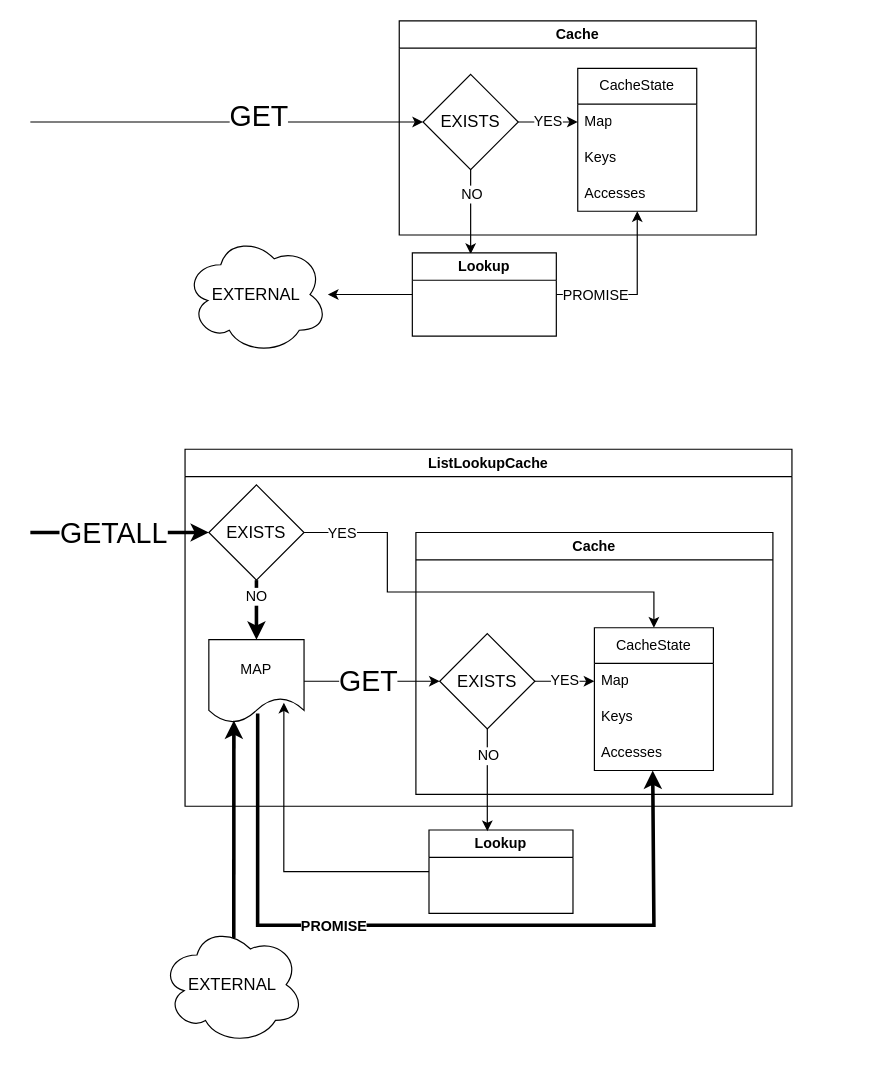
This is assets/images/2023/12/ziocache.drawio from stevenrskelton/stevenrskelton.github.io, a draw.io file, before an edit. Source tidied: cells renumbered, new cells numbered last; positions are measured from the earlier drawing's top-left corner, leaving out a move shared by most shapes. Both pictures are drawn from the tidied source at 119%, with x=0, y=0 at pixel (30, 20).
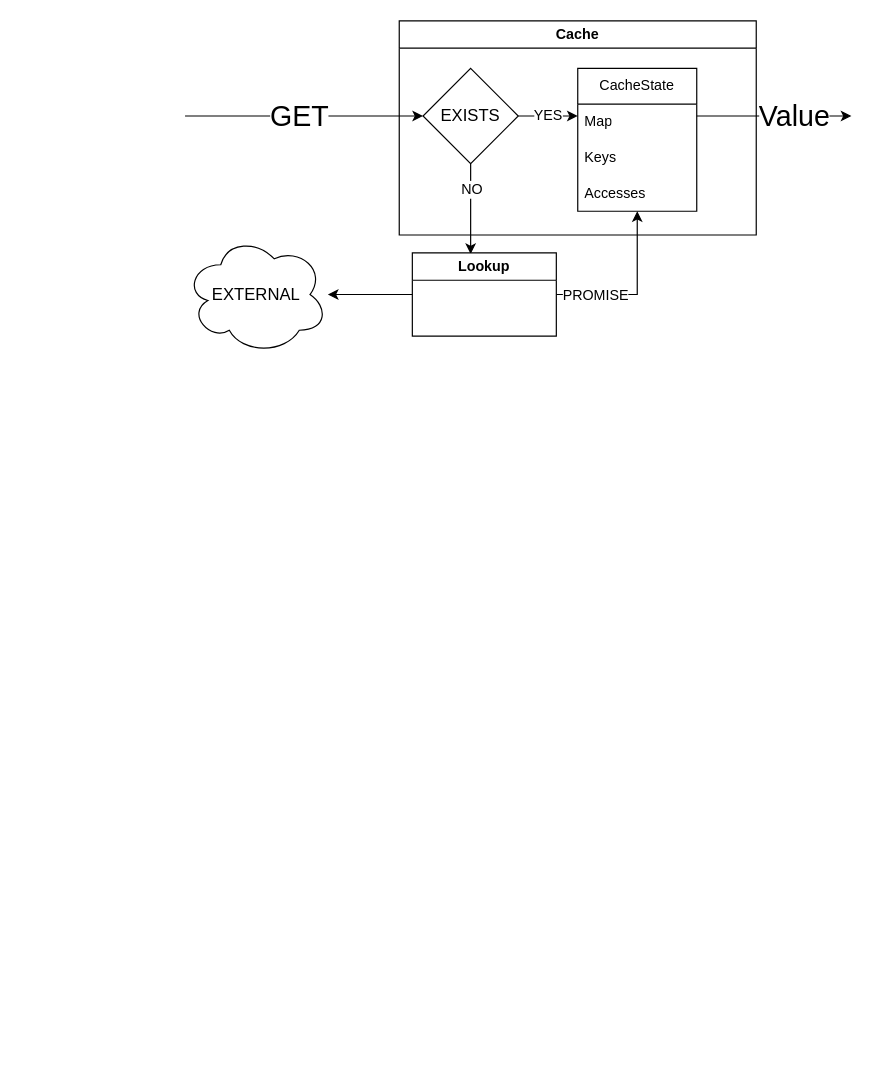
The same page after the edit.

Unchanged cells that the change refers to:
```xml
<mxCell id="5" value="Cache" style="swimlane;whiteSpace=wrap;html=1;" parent="1" vertex="1">
  <mxGeometry x="310" width="300" height="180" as="geometry" />
</mxCell>
<mxCell id="7" value="Map" style="text;strokeColor=none;fillColor=none;align=left;verticalAlign=middle;spacingLeft=4;spacingRight=4;overflow=hidden;points=[[0,0.5],[1,0.5]];portConstraint=eastwest;whiteSpace=wrap;html=1;" parent="6" vertex="1">
  <mxGeometry y="30" width="100" height="30" as="geometry" />
</mxCell>
```

What changed in the source:
```diff
@@
-    <mxCell id="10" value="YES" style="edgeStyle=orthogonalEdgeStyle;rounded=0;jettySize=auto;html=1;entryX=0;entryY=0.5;entryDx=0;entryDy=0;fontSize=12;" parent="5" edge="1" source="11" target="7">
-      <mxGeometry relative="1" as="geometry" />
+    <mxCell id="10" value="YES" style="edgeStyle=orthogonalEdgeStyle;rounded=0;jettySize=auto;html=1;fontSize=12;" parent="5" edge="1" source="11">
+      <mxGeometry relative="1" as="geometry">
+        <mxPoint x="150" y="80" as="targetPoint" />
+      </mxGeometry>
     </mxCell>
     <mxCell id="11" value="EXISTS" style="rhombus;whiteSpace=wrap;html=1;fontSize=14;" parent="5" vertex="1">
-      <mxGeometry x="20" y="45" width="80" height="80" as="geometry" />
+      <mxGeometry x="20" y="40" width="80" height="80" as="geometry" />
     </mxCell>
@@
     <mxCell id="14" style="edgeStyle=orthogonalEdgeStyle;rounded=0;jettySize=auto;html=1;entryX=0;entryY=0.5;entryDx=0;entryDy=0;" parent="1" edge="1" target="11">
       <mxGeometry relative="1" as="geometry">
-        <mxPoint y="85" as="sourcePoint" />
+        <mxPoint x="130" y="80" as="sourcePoint" />
         <Array as="points">
-          <mxPoint x="190" y="85" />
+          <mxPoint x="160" y="80" />
+          <mxPoint x="160" y="80" />
         </Array>
       </mxGeometry>
     </mxCell>
     <mxCell id="15" value="GET" style="edgeLabel;html=1;align=center;verticalAlign=middle;fontSize=24;" parent="14" vertex="1">
       <mxGeometry x="0.47" relative="1" as="geometry">
-        <mxPoint x="-52" y="-5" as="offset" />
+        <mxPoint x="-52" as="offset" />
       </mxGeometry>
     </mxCell>
@@
-    <mxCell id="18" value="ListLookupCache" style="swimlane;whiteSpace=wrap;html=1;" parent="1" vertex="1">
-      <mxGeometry x="130" y="360" width="510" height="300" as="geometry" />
-    </mxCell>
-    <mxCell id="19" style="edgeStyle=orthogonalEdgeStyle;rounded=0;jettySize=auto;html=1;entryX=0;entryY=0.5;entryDx=0;entryDy=0;strokeWidth=3;" parent="18" edge="1" target="26">
-      <mxGeometry relative="1" as="geometry">
-        <mxPoint x="-130" y="70" as="sourcePoint" />
-        <Array as="points">
-          <mxPoint x="-130" y="70" />
-        </Array>
-      </mxGeometry>
-    </mxCell>
-    <mxCell id="20" value="GETALL" style="edgeLabel;html=1;align=center;verticalAlign=middle;fontSize=24;" parent="19" vertex="1">
-      <mxGeometry x="0.47" relative="1" as="geometry">
-        <mxPoint x="-40" as="offset" />
-      </mxGeometry>
-    </mxCell>
-    <mxCell id="21" style="edgeStyle=orthogonalEdgeStyle;rounded=0;jettySize=auto;html=1;entryX=0;entryY=0.5;entryDx=0;entryDy=0;exitX=1;exitY=0.5;exitDx=0;exitDy=0;" parent="18" edge="1" source="27" target="34">
-      <mxGeometry relative="1" as="geometry" />
-    </mxCell>
-    <mxCell id="22" value="GET" style="edgeLabel;html=1;align=center;verticalAlign=middle;fontSize=24;" parent="21" vertex="1">
-      <mxGeometry x="0.47" relative="1" as="geometry">
-        <mxPoint x="-31" as="offset" />
-      </mxGeometry>
-    </mxCell>
-    <mxCell id="23" value="NO" style="edgeStyle=orthogonalEdgeStyle;rounded=0;jettySize=auto;html=1;exitX=0.5;exitY=1;exitDx=0;exitDy=0;entryX=0.5;entryY=0;entryDx=0;entryDy=0;strokeWidth=3;fontSize=12;" parent="18" edge="1" source="26" target="27">
-      <mxGeometry x="-0.43" relative="1" as="geometry" />
-    </mxCell>
-    <mxCell id="24" style="edgeStyle=orthogonalEdgeStyle;rounded=0;jettySize=auto;html=1;exitX=1;exitY=0.5;exitDx=0;exitDy=0;entryX=0.5;entryY=0;entryDx=0;entryDy=0;" parent="18" edge="1" source="26" target="29">
-      <mxGeometry relative="1" as="geometry">
-        <Array as="points">
-          <mxPoint x="170" y="70" />
-          <mxPoint x="170" y="120" />
-          <mxPoint x="394" y="120" />
-        </Array>
-      </mxGeometry>
-    </mxCell>
-    <mxCell id="25" value="YES" style="edgeLabel;html=1;align=center;verticalAlign=middle;fontSize=12;" parent="24" vertex="1">
-      <mxGeometry x="-0.75" relative="1" as="geometry">
-        <mxPoint x="-16" as="offset" />
-      </mxGeometry>
-    </mxCell>
-    <mxCell id="26" value="EXISTS" style="rhombus;whiteSpace=wrap;html=1;fontSize=14;" parent="18" vertex="1">
-      <mxGeometry x="20" y="30" width="80" height="80" as="geometry" />
-    </mxCell>
-    <mxCell id="27" value="MAP" style="shape=document;whiteSpace=wrap;html=1;boundedLbl=1;" parent="18" vertex="1">
-      <mxGeometry x="20" y="160" width="80" height="70" as="geometry" />
-    </mxCell>
-    <mxCell id="28" value="Cache" style="swimlane;whiteSpace=wrap;html=1;" parent="18" vertex="1">
-      <mxGeometry x="194" y="70" width="300" height="220" as="geometry" />
-    </mxCell>
-    <mxCell id="29" value="CacheState" style="swimlane;fontStyle=0;horizontal=1;startSize=30;whiteSpace=wrap;html=1;" parent="28" vertex="1">
-      <mxGeometry x="150" y="80" width="100" height="120" as="geometry" />
-    </mxCell>
-    <mxCell id="30" value="Map" style="text;strokeColor=none;fillColor=none;align=left;verticalAlign=middle;spacingLeft=4;spacingRight=4;overflow=hidden;points=[[0,0.5],[1,0.5]];portConstraint=eastwest;whiteSpace=wrap;html=1;" parent="29" vertex="1">
-      <mxGeometry y="30" width="100" height="30" as="geometry" />
-    </mxCell>
-    <mxCell id="31" value="Keys" style="text;strokeColor=none;fillColor=none;align=left;verticalAlign=middle;spacingLeft=4;spacingRight=4;overflow=hidden;whiteSpace=wrap;html=1;" parent="29" vertex="1">
-      <mxGeometry y="60" width="100" height="30" as="geometry" />
-    </mxCell>
-    <mxCell id="32" value="Accesses" style="text;strokeColor=none;fillColor=none;align=left;verticalAlign=middle;spacingLeft=4;spacingRight=4;overflow=hidden;points=[[0,0.5],[1,0.5]];portConstraint=eastwest;whiteSpace=wrap;html=1;" parent="29" vertex="1">
-      <mxGeometry y="90" width="100" height="30" as="geometry" />
-    </mxCell>
-    <mxCell id="33" value="YES" style="edgeStyle=orthogonalEdgeStyle;rounded=0;jettySize=auto;html=1;entryX=0;entryY=0.5;entryDx=0;entryDy=0;fontSize=12;" parent="28" edge="1" source="34" target="30">
-      <mxGeometry relative="1" as="geometry" />
-    </mxCell>
-    <mxCell id="34" value="EXISTS" style="rhombus;whiteSpace=wrap;html=1;fontSize=14;" parent="28" vertex="1">
-      <mxGeometry x="20" y="85" width="80" height="80" as="geometry" />
-    </mxCell>
-    <mxCell id="35" style="edgeStyle=orthogonalEdgeStyle;rounded=0;jettySize=auto;html=1;entryX=0.49;entryY=1;entryDx=0;entryDy=0;exitX=0.513;exitY=0.886;exitDx=0;exitDy=0;entryPerimeter=0;exitPerimeter=0;strokeWidth=3;" parent="18" edge="1" source="27" target="32">
-      <mxGeometry relative="1" as="geometry">
-        <Array as="points">
-          <mxPoint x="61" y="400" />
-          <mxPoint x="394" y="400" />
-        </Array>
-      </mxGeometry>
-    </mxCell>
-    <mxCell id="36" value="PROMISE" style="edgeLabel;html=1;align=center;verticalAlign=middle;fontStyle=1;fontSize=12;" parent="35" vertex="1">
-      <mxGeometry x="-0.29" relative="1" as="geometry">
-        <mxPoint x="13" as="offset" />
-      </mxGeometry>
-    </mxCell>
-    <mxCell id="37" style="edgeStyle=orthogonalEdgeStyle;rounded=0;jettySize=auto;html=1;exitX=0;exitY=0.5;exitDx=0;exitDy=0;entryX=0.788;entryY=0.757;entryDx=0;entryDy=0;entryPerimeter=0;" parent="1" edge="1" source="38" target="27">
-      <mxGeometry relative="1" as="geometry" />
-    </mxCell>
-    <mxCell id="38" value="Lookup" style="swimlane;whiteSpace=wrap;html=1;" parent="1" vertex="1">
-      <mxGeometry x="335" y="680" width="121" height="70" as="geometry" />
-    </mxCell>
-    <mxCell id="39" style="edgeStyle=orthogonalEdgeStyle;rounded=0;jettySize=auto;html=1;entryX=0.405;entryY=0.014;entryDx=0;entryDy=0;entryPerimeter=0;exitX=0.5;exitY=1;exitDx=0;exitDy=0;" parent="1" edge="1" source="34" target="38">
-      <mxGeometry relative="1" as="geometry" />
-    </mxCell>
-    <mxCell id="40" value="NO" style="edgeLabel;html=1;align=center;verticalAlign=middle;fontSize=12;" parent="39" vertex="1">
-      <mxGeometry x="-0.72" y="-2" relative="1" as="geometry">
-        <mxPoint x="2" y="10" as="offset" />
-      </mxGeometry>
-    </mxCell>
-    <mxCell id="41" style="edgeStyle=orthogonalEdgeStyle;rounded=0;jettySize=auto;html=1;exitX=0.508;exitY=0.11;exitDx=0;exitDy=0;exitPerimeter=0;entryX=0.263;entryY=0.971;entryDx=0;entryDy=0;entryPerimeter=0;strokeWidth=3;" parent="1" edge="1" source="42" target="27">
-      <mxGeometry relative="1" as="geometry" />
-    </mxCell>
-    <mxCell id="42" value="EXTERNAL" style="ellipse;shape=cloud;whiteSpace=wrap;html=1;fontSize=14;" parent="1" vertex="1">
-      <mxGeometry x="110" y="760" width="120" height="100" as="geometry" />
-    </mxCell>
+    <mxCell id="43" style="edgeStyle=orthogonalEdgeStyle;rounded=0;orthogonalLoop=1;jettySize=auto;html=1;" parent="1" edge="1">
+      <mxGeometry relative="1" as="geometry">
+        <mxPoint x="560" y="80" as="sourcePoint" />
+        <mxPoint x="690" y="80" as="targetPoint" />
+        <Array as="points">
+          <mxPoint x="620" y="80" />
+        </Array>
+      </mxGeometry>
+    </mxCell>
+    <mxCell id="44" value="Value" style="edgeLabel;html=1;align=center;verticalAlign=middle;fontSize=24;" parent="43" vertex="1">
+      <mxGeometry x="0.47" relative="1" as="geometry">
+        <mxPoint x="-15" as="offset" />
+      </mxGeometry>
+    </mxCell>
```
